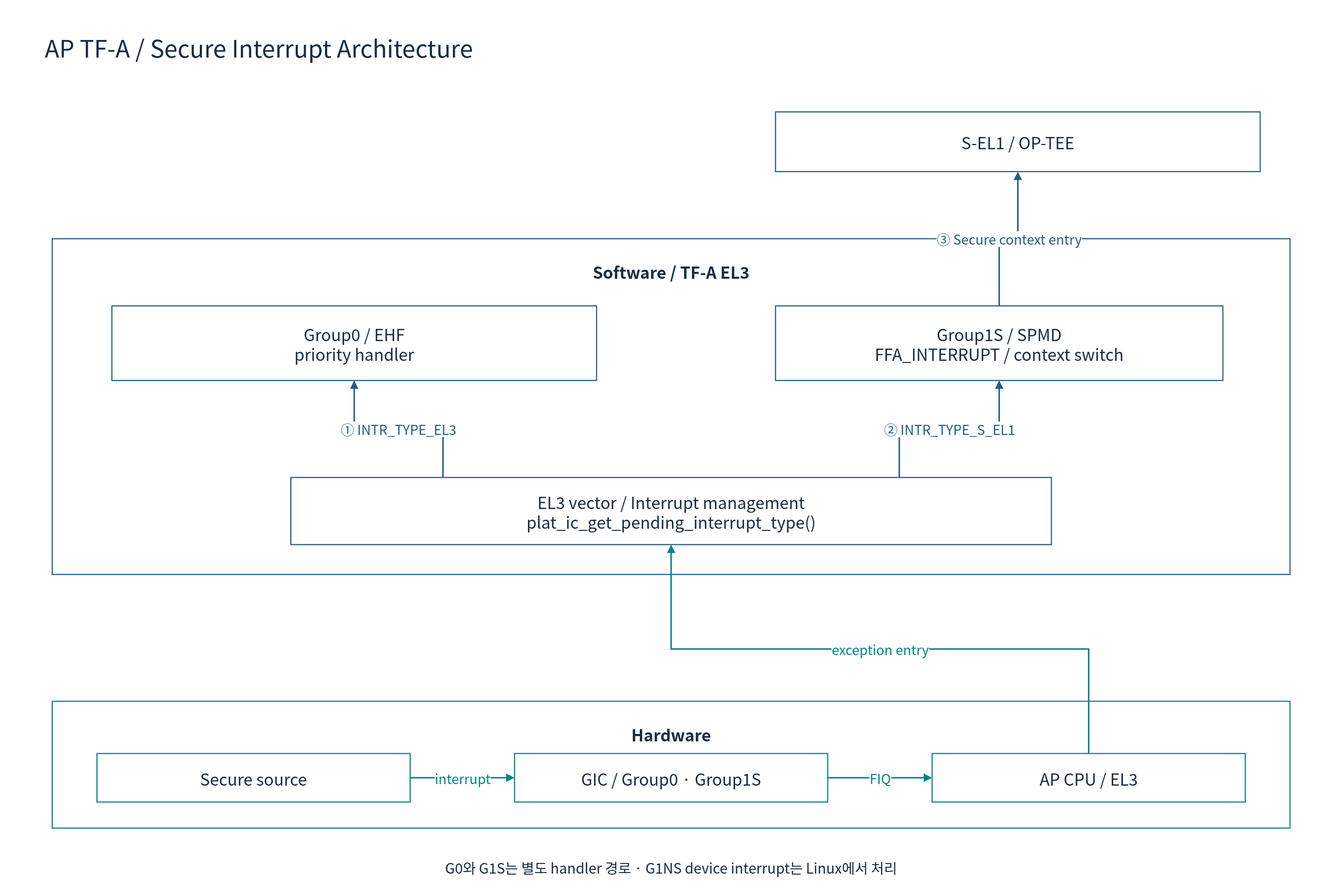
Before: doc/phase1/interrupt/diagrams/08b-tfa-software.drawio.svg, a diagram exported from draw.io (cometzero/project-apollo). Source tidied: cells renumbered, new cells last; positions are measured from the earlier drawing's top-left corner, leaving out a move shared by most shapes. The source it was exported from:
```xml
<mxGraphModel background="#FFFFFF">
  <root>
    <mxCell id="0" />
    <mxCell id="1" parent="0" />
    <mxCell id="2" style="rounded=0;whiteSpace=wrap;html=1;fillColor=#FFFFFF;strokeColor=none;strokeWidth=1.5;fontColor=#172C43;fontFamily=Noto Sans CJK KR;fontSize=22;spacing=10;" parent="1" vertex="1">
      <mxGeometry width="1800" height="1200" as="geometry" />
    </mxCell>
    <mxCell id="3" value="AP TF-A / Secure Interrupt Architecture" style="rounded=0;whiteSpace=wrap;html=1;fillColor=#FFFFFF;strokeColor=none;strokeWidth=1.5;fontColor=#172C43;fontFamily=Noto Sans CJK KR;fontSize=22;spacing=10;fontSize=32;align=left;" parent="1" vertex="1">
      <mxGeometry x="50" y="30" width="1700" height="65" as="geometry" />
    </mxCell>
    <mxCell id="4" value="S-EL1 / OP-TEE" style="rounded=0;whiteSpace=wrap;html=1;fillColor=#FFFFFF;strokeColor=#235D86;strokeWidth=1.5;fontColor=#172C43;fontFamily=Noto Sans CJK KR;fontSize=22;spacing=10;" parent="1" vertex="1">
      <mxGeometry x="1040" y="150" width="650" height="80" as="geometry" />
    </mxCell>
    <mxCell id="5" value="Software / TF-A EL3" style="rounded=0;whiteSpace=wrap;html=1;fillColor=#FFFFFF;strokeColor=#235D86;strokeWidth=1.5;fontColor=#172C43;fontFamily=Noto Sans CJK KR;fontSize=22;spacing=10;verticalAlign=top;fontStyle=1;spacingTop=16;" parent="1" vertex="1">
      <mxGeometry x="70" y="320" width="1660" height="450" as="geometry" />
    </mxCell>
    <mxCell id="6" value="Group0 / EHF&#10;priority handler" style="rounded=0;whiteSpace=wrap;html=1;fillColor=#FFFFFF;strokeColor=#235D86;strokeWidth=1.5;fontColor=#172C43;fontFamily=Noto Sans CJK KR;fontSize=22;spacing=10;" parent="1" vertex="1">
      <mxGeometry x="150" y="410" width="650" height="100" as="geometry" />
    </mxCell>
    <mxCell id="7" value="Group1S / SPMD&#10;FFA_INTERRUPT / context switch" style="rounded=0;whiteSpace=wrap;html=1;fillColor=#FFFFFF;strokeColor=#235D86;strokeWidth=1.5;fontColor=#172C43;fontFamily=Noto Sans CJK KR;fontSize=22;spacing=10;" parent="1" vertex="1">
      <mxGeometry x="1040" y="410" width="600" height="100" as="geometry" />
    </mxCell>
    <mxCell id="8" value="EL3 vector / Interrupt management&#10;plat_ic_get_pending_interrupt_type()" style="rounded=0;whiteSpace=wrap;html=1;fillColor=#FFFFFF;strokeColor=#235D86;strokeWidth=1.5;fontColor=#172C43;fontFamily=Noto Sans CJK KR;fontSize=22;spacing=10;" parent="1" vertex="1">
      <mxGeometry x="390" y="640" width="1020" height="90" as="geometry" />
    </mxCell>
    <mxCell id="9" value="① INTR_TYPE_EL3" style="edgeStyle=orthogonalEdgeStyle;rounded=0;html=1;endArrow=block;endFill=1;strokeWidth=2;strokeColor=#235D86;fontColor=#235D86;fontFamily=Noto Sans CJK KR;fontSize=18;labelBackgroundColor=#FFFFFF;exitX=0.2;exitY=0;entryX=0.5;entryY=1;" parent="1" edge="1" source="8" target="6">
      <mxGeometry relative="1" as="geometry" />
    </mxCell>
    <mxCell id="10" value="② INTR_TYPE_S_EL1" style="edgeStyle=orthogonalEdgeStyle;rounded=0;html=1;endArrow=block;endFill=1;strokeWidth=2;strokeColor=#235D86;fontColor=#235D86;fontFamily=Noto Sans CJK KR;fontSize=18;labelBackgroundColor=#FFFFFF;exitX=0.8;exitY=0;entryX=0.5;entryY=1;" parent="1" edge="1" source="8" target="7">
      <mxGeometry relative="1" as="geometry" />
    </mxCell>
    <mxCell id="11" value="③ Secure context entry" style="edgeStyle=orthogonalEdgeStyle;rounded=0;html=1;endArrow=block;endFill=1;strokeWidth=2;strokeColor=#235D86;fontColor=#235D86;fontFamily=Noto Sans CJK KR;fontSize=18;labelBackgroundColor=#FFFFFF;" parent="1" edge="1" source="7" target="4">
      <mxGeometry relative="1" as="geometry" />
    </mxCell>
    <mxCell id="12" value="Hardware" style="rounded=0;whiteSpace=wrap;html=1;fillColor=#FFFFFF;strokeColor=#00838A;strokeWidth=1.5;fontColor=#172C43;fontFamily=Noto Sans CJK KR;fontSize=22;spacing=10;verticalAlign=top;fontStyle=1;spacingTop=16;" parent="1" vertex="1">
      <mxGeometry x="70" y="940" width="1660" height="170" as="geometry" />
    </mxCell>
    <mxCell id="13" value="Secure source" style="rounded=0;whiteSpace=wrap;html=1;fillColor=#FFFFFF;strokeColor=#00838A;strokeWidth=1.5;fontColor=#172C43;fontFamily=Noto Sans CJK KR;fontSize=22;spacing=10;" parent="1" vertex="1">
      <mxGeometry x="130" y="1010" width="420" height="65" as="geometry" />
    </mxCell>
    <mxCell id="14" value="GIC / Group0 · Group1S" style="rounded=0;whiteSpace=wrap;html=1;fillColor=#FFFFFF;strokeColor=#00838A;strokeWidth=1.5;fontColor=#172C43;fontFamily=Noto Sans CJK KR;fontSize=22;spacing=10;" parent="1" vertex="1">
      <mxGeometry x="690" y="1010" width="420" height="65" as="geometry" />
    </mxCell>
    <mxCell id="15" value="AP CPU / EL3" style="rounded=0;whiteSpace=wrap;html=1;fillColor=#FFFFFF;strokeColor=#00838A;strokeWidth=1.5;fontColor=#172C43;fontFamily=Noto Sans CJK KR;fontSize=22;spacing=10;" parent="1" vertex="1">
      <mxGeometry x="1250" y="1010" width="420" height="65" as="geometry" />
    </mxCell>
    <mxCell id="16" value="interrupt" style="edgeStyle=orthogonalEdgeStyle;rounded=0;html=1;endArrow=block;endFill=1;strokeWidth=2;strokeColor=#00838A;fontColor=#00838A;fontFamily=Noto Sans CJK KR;fontSize=18;labelBackgroundColor=#FFFFFF;" parent="1" edge="1" source="13" target="14">
      <mxGeometry relative="1" as="geometry" />
    </mxCell>
    <mxCell id="17" value="FIQ" style="edgeStyle=orthogonalEdgeStyle;rounded=0;html=1;endArrow=block;endFill=1;strokeWidth=2;strokeColor=#00838A;fontColor=#00838A;fontFamily=Noto Sans CJK KR;fontSize=18;labelBackgroundColor=#FFFFFF;" parent="1" edge="1" source="14" target="15">
      <mxGeometry relative="1" as="geometry" />
    </mxCell>
    <mxCell id="18" value="exception entry" style="edgeStyle=orthogonalEdgeStyle;rounded=0;html=1;endArrow=block;endFill=1;strokeWidth=2;strokeColor=#00838A;fontColor=#00838A;fontFamily=Noto Sans CJK KR;fontSize=18;labelBackgroundColor=#FFFFFF;" parent="1" edge="1" source="15" target="8">
      <mxGeometry relative="1" as="geometry" />
    </mxCell>
    <mxCell id="19" value="G0와 G1S는 별도 handler 경로 · G1NS device interrupt는 Linux에서 처리" style="rounded=0;whiteSpace=wrap;html=1;fillColor=#FFFFFF;strokeColor=none;strokeWidth=1.5;fontColor=#172C43;fontFamily=Noto Sans CJK KR;fontSize=22;spacing=10;fontSize=19;" parent="1" vertex="1">
      <mxGeometry x="70" y="1140" width="1660" height="45" as="geometry" />
    </mxCell>
  </root>
</mxGraphModel>
```
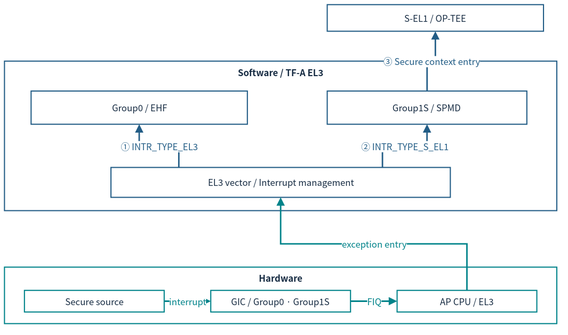
The same diagram one commit later.

What changed in the source:
```diff
@@ -2,59 +2,50 @@
   <root>
     <mxCell id="0" />
     <mxCell id="1" parent="0" />
-    <mxCell id="2" style="rounded=0;whiteSpace=wrap;html=1;fillColor=#FFFFFF;strokeColor=none;strokeWidth=1.5;fontColor=#172C43;fontFamily=Noto Sans CJK KR;fontSize=22;spacing=10;" parent="1" vertex="1">
-      <mxGeometry width="1800" height="1200" as="geometry" />
-    </mxCell>
-    <mxCell id="3" value="AP TF-A / Secure Interrupt Architecture" style="rounded=0;whiteSpace=wrap;html=1;fillColor=#FFFFFF;strokeColor=none;strokeWidth=1.5;fontColor=#172C43;fontFamily=Noto Sans CJK KR;fontSize=22;spacing=10;fontSize=32;align=left;" parent="1" vertex="1">
-      <mxGeometry x="50" y="30" width="1700" height="65" as="geometry" />
-    </mxCell>
-    <mxCell id="4" value="S-EL1 / OP-TEE" style="rounded=0;whiteSpace=wrap;html=1;fillColor=#FFFFFF;strokeColor=#235D86;strokeWidth=1.5;fontColor=#172C43;fontFamily=Noto Sans CJK KR;fontSize=22;spacing=10;" parent="1" vertex="1">
-      <mxGeometry x="1040" y="150" width="650" height="80" as="geometry" />
+    <mxCell id="4" value="S-EL1 / OP-TEE" style="rounded=0;whiteSpace=wrap;html=1;fillColor=#FFFFFF;strokeColor=#235D86;strokeWidth=1.5;fontColor=#172C43;fontFamily=Noto Sans CJK KR;fontSize=12;spacing=3;whiteSpace=wrap;" parent="1" vertex="1">
+      <mxGeometry x="444.4" y="12" width="289.8" height="35.7" as="geometry" />
     </mxCell>
-    <mxCell id="5" value="Software / TF-A EL3" style="rounded=0;whiteSpace=wrap;html=1;fillColor=#FFFFFF;strokeColor=#235D86;strokeWidth=1.5;fontColor=#172C43;fontFamily=Noto Sans CJK KR;fontSize=22;spacing=10;verticalAlign=top;fontStyle=1;spacingTop=16;" parent="1" vertex="1">
-      <mxGeometry x="70" y="320" width="1660" height="450" as="geometry" />
+    <mxCell id="5" value="Software / TF-A EL3" style="rounded=0;whiteSpace=wrap;html=1;fillColor=#FFFFFF;strokeColor=#235D86;strokeWidth=1.5;fontColor=#172C43;fontFamily=Noto Sans CJK KR;verticalAlign=top;fontStyle=1;fontSize=12;spacing=3;whiteSpace=wrap;" parent="1" vertex="1">
+      <mxGeometry x="12" y="87.8" width="740" height="200.6" as="geometry" />
     </mxCell>
-    <mxCell id="6" value="Group0 / EHF&#10;priority handler" style="rounded=0;whiteSpace=wrap;html=1;fillColor=#FFFFFF;strokeColor=#235D86;strokeWidth=1.5;fontColor=#172C43;fontFamily=Noto Sans CJK KR;fontSize=22;spacing=10;" parent="1" vertex="1">
-      <mxGeometry x="150" y="410" width="650" height="100" as="geometry" />
+    <mxCell id="6" value="Group0 / EHF" style="rounded=0;whiteSpace=wrap;html=1;fillColor=#FFFFFF;strokeColor=#235D86;strokeWidth=1.5;fontColor=#172C43;fontFamily=Noto Sans CJK KR;fontSize=12;spacing=3;whiteSpace=wrap;" parent="1" vertex="1">
+      <mxGeometry x="47.7" y="127.9" width="289.8" height="44.6" as="geometry" />
     </mxCell>
-    <mxCell id="7" value="Group1S / SPMD&#10;FFA_INTERRUPT / context switch" style="rounded=0;whiteSpace=wrap;html=1;fillColor=#FFFFFF;strokeColor=#235D86;strokeWidth=1.5;fontColor=#172C43;fontFamily=Noto Sans CJK KR;fontSize=22;spacing=10;" parent="1" vertex="1">
-      <mxGeometry x="1040" y="410" width="600" height="100" as="geometry" />
+    <mxCell id="7" value="Group1S / SPMD" style="rounded=0;whiteSpace=wrap;html=1;fillColor=#FFFFFF;strokeColor=#235D86;strokeWidth=1.5;fontColor=#172C43;fontFamily=Noto Sans CJK KR;fontSize=12;spacing=3;whiteSpace=wrap;" parent="1" vertex="1">
+      <mxGeometry x="444.4" y="127.9" width="267.5" height="44.6" as="geometry" />
     </mxCell>
-    <mxCell id="8" value="EL3 vector / Interrupt management&#10;plat_ic_get_pending_interrupt_type()" style="rounded=0;whiteSpace=wrap;html=1;fillColor=#FFFFFF;strokeColor=#235D86;strokeWidth=1.5;fontColor=#172C43;fontFamily=Noto Sans CJK KR;fontSize=22;spacing=10;" parent="1" vertex="1">
-      <mxGeometry x="390" y="640" width="1020" height="90" as="geometry" />
+    <mxCell id="8" value="EL3 vector / Interrupt management" style="rounded=0;whiteSpace=wrap;html=1;fillColor=#FFFFFF;strokeColor=#235D86;strokeWidth=1.5;fontColor=#172C43;fontFamily=Noto Sans CJK KR;fontSize=12;spacing=3;whiteSpace=wrap;" parent="1" vertex="1">
+      <mxGeometry x="154.7" y="230.4" width="454.7" height="40.1" as="geometry" />
     </mxCell>
-    <mxCell id="9" value="① INTR_TYPE_EL3" style="edgeStyle=orthogonalEdgeStyle;rounded=0;html=1;endArrow=block;endFill=1;strokeWidth=2;strokeColor=#235D86;fontColor=#235D86;fontFamily=Noto Sans CJK KR;fontSize=18;labelBackgroundColor=#FFFFFF;exitX=0.2;exitY=0;entryX=0.5;entryY=1;" parent="1" edge="1" source="8" target="6">
+    <mxCell id="9" value="① INTR_TYPE_EL3" style="edgeStyle=orthogonalEdgeStyle;rounded=0;html=1;endArrow=block;endFill=1;strokeWidth=2;strokeColor=#235D86;fontColor=#235D86;fontFamily=Noto Sans CJK KR;labelBackgroundColor=#FFFFFF;exitX=0.2;exitY=0;entryX=0.5;entryY=1;fontSize=12;spacing=3;whiteSpace=nowrap;" parent="1" edge="1" source="8" target="6">
       <mxGeometry relative="1" as="geometry" />
     </mxCell>
-    <mxCell id="10" value="② INTR_TYPE_S_EL1" style="edgeStyle=orthogonalEdgeStyle;rounded=0;html=1;endArrow=block;endFill=1;strokeWidth=2;strokeColor=#235D86;fontColor=#235D86;fontFamily=Noto Sans CJK KR;fontSize=18;labelBackgroundColor=#FFFFFF;exitX=0.8;exitY=0;entryX=0.5;entryY=1;" parent="1" edge="1" source="8" target="7">
+    <mxCell id="10" value="② INTR_TYPE_S_EL1" style="edgeStyle=orthogonalEdgeStyle;rounded=0;html=1;endArrow=block;endFill=1;strokeWidth=2;strokeColor=#235D86;fontColor=#235D86;fontFamily=Noto Sans CJK KR;labelBackgroundColor=#FFFFFF;exitX=0.8;exitY=0;entryX=0.5;entryY=1;fontSize=12;spacing=3;whiteSpace=nowrap;" parent="1" edge="1" source="8" target="7">
       <mxGeometry relative="1" as="geometry" />
     </mxCell>
-    <mxCell id="11" value="③ Secure context entry" style="edgeStyle=orthogonalEdgeStyle;rounded=0;html=1;endArrow=block;endFill=1;strokeWidth=2;strokeColor=#235D86;fontColor=#235D86;fontFamily=Noto Sans CJK KR;fontSize=18;labelBackgroundColor=#FFFFFF;" parent="1" edge="1" source="7" target="4">
+    <mxCell id="11" value="③ Secure context entry" style="edgeStyle=orthogonalEdgeStyle;rounded=0;html=1;endArrow=block;endFill=1;strokeWidth=2;strokeColor=#235D86;fontColor=#235D86;fontFamily=Noto Sans CJK KR;labelBackgroundColor=#FFFFFF;fontSize=12;spacing=3;whiteSpace=nowrap;" parent="1" edge="1" source="7" target="4">
       <mxGeometry relative="1" as="geometry" />
     </mxCell>
-    <mxCell id="12" value="Hardware" style="rounded=0;whiteSpace=wrap;html=1;fillColor=#FFFFFF;strokeColor=#00838A;strokeWidth=1.5;fontColor=#172C43;fontFamily=Noto Sans CJK KR;fontSize=22;spacing=10;verticalAlign=top;fontStyle=1;spacingTop=16;" parent="1" vertex="1">
-      <mxGeometry x="70" y="940" width="1660" height="170" as="geometry" />
+    <mxCell id="12" value="Hardware" style="rounded=0;whiteSpace=wrap;html=1;fillColor=#FFFFFF;strokeColor=#00838A;strokeWidth=1.5;fontColor=#172C43;fontFamily=Noto Sans CJK KR;verticalAlign=top;fontStyle=1;fontSize=12;spacing=3;whiteSpace=wrap;" parent="1" vertex="1">
+      <mxGeometry x="12" y="364.2" width="740" height="75.8" as="geometry" />
     </mxCell>
-    <mxCell id="13" value="Secure source" style="rounded=0;whiteSpace=wrap;html=1;fillColor=#FFFFFF;strokeColor=#00838A;strokeWidth=1.5;fontColor=#172C43;fontFamily=Noto Sans CJK KR;fontSize=22;spacing=10;" parent="1" vertex="1">
-      <mxGeometry x="130" y="1010" width="420" height="65" as="geometry" />
+    <mxCell id="13" value="Secure source" style="rounded=0;whiteSpace=wrap;html=1;fillColor=#FFFFFF;strokeColor=#00838A;strokeWidth=1.5;fontColor=#172C43;fontFamily=Noto Sans CJK KR;fontSize=12;spacing=3;whiteSpace=wrap;" parent="1" vertex="1">
+      <mxGeometry x="38.8" y="395.4" width="187.2" height="29" as="geometry" />
     </mxCell>
-    <mxCell id="14" value="GIC / Group0 · Group1S" style="rounded=0;whiteSpace=wrap;html=1;fillColor=#FFFFFF;strokeColor=#00838A;strokeWidth=1.5;fontColor=#172C43;fontFamily=Noto Sans CJK KR;fontSize=22;spacing=10;" parent="1" vertex="1">
-      <mxGeometry x="690" y="1010" width="420" height="65" as="geometry" />
+    <mxCell id="14" value="GIC / Group0 · Group1S" style="rounded=0;whiteSpace=wrap;html=1;fillColor=#FFFFFF;strokeColor=#00838A;strokeWidth=1.5;fontColor=#172C43;fontFamily=Noto Sans CJK KR;fontSize=12;spacing=3;whiteSpace=wrap;" parent="1" vertex="1">
+      <mxGeometry x="288.4" y="395.4" width="187.2" height="29" as="geometry" />
     </mxCell>
-    <mxCell id="15" value="AP CPU / EL3" style="rounded=0;whiteSpace=wrap;html=1;fillColor=#FFFFFF;strokeColor=#00838A;strokeWidth=1.5;fontColor=#172C43;fontFamily=Noto Sans CJK KR;fontSize=22;spacing=10;" parent="1" vertex="1">
-      <mxGeometry x="1250" y="1010" width="420" height="65" as="geometry" />
+    <mxCell id="15" value="AP CPU / EL3" style="rounded=0;whiteSpace=wrap;html=1;fillColor=#FFFFFF;strokeColor=#00838A;strokeWidth=1.5;fontColor=#172C43;fontFamily=Noto Sans CJK KR;fontSize=12;spacing=3;whiteSpace=wrap;" parent="1" vertex="1">
+      <mxGeometry x="538" y="395.4" width="187.2" height="29" as="geometry" />
     </mxCell>
-    <mxCell id="16" value="interrupt" style="edgeStyle=orthogonalEdgeStyle;rounded=0;html=1;endArrow=block;endFill=1;strokeWidth=2;strokeColor=#00838A;fontColor=#00838A;fontFamily=Noto Sans CJK KR;fontSize=18;labelBackgroundColor=#FFFFFF;" parent="1" edge="1" source="13" target="14">
+    <mxCell id="16" value="interrupt" style="edgeStyle=orthogonalEdgeStyle;rounded=0;html=1;endArrow=block;endFill=1;strokeWidth=2;strokeColor=#00838A;fontColor=#00838A;fontFamily=Noto Sans CJK KR;labelBackgroundColor=#FFFFFF;fontSize=12;spacing=3;whiteSpace=nowrap;" parent="1" edge="1" source="13" target="14">
       <mxGeometry relative="1" as="geometry" />
     </mxCell>
-    <mxCell id="17" value="FIQ" style="edgeStyle=orthogonalEdgeStyle;rounded=0;html=1;endArrow=block;endFill=1;strokeWidth=2;strokeColor=#00838A;fontColor=#00838A;fontFamily=Noto Sans CJK KR;fontSize=18;labelBackgroundColor=#FFFFFF;" parent="1" edge="1" source="14" target="15">
+    <mxCell id="17" value="FIQ" style="edgeStyle=orthogonalEdgeStyle;rounded=0;html=1;endArrow=block;endFill=1;strokeWidth=2;strokeColor=#00838A;fontColor=#00838A;fontFamily=Noto Sans CJK KR;labelBackgroundColor=#FFFFFF;fontSize=12;spacing=3;whiteSpace=nowrap;" parent="1" edge="1" source="14" target="15">
       <mxGeometry relative="1" as="geometry" />
     </mxCell>
-    <mxCell id="18" value="exception entry" style="edgeStyle=orthogonalEdgeStyle;rounded=0;html=1;endArrow=block;endFill=1;strokeWidth=2;strokeColor=#00838A;fontColor=#00838A;fontFamily=Noto Sans CJK KR;fontSize=18;labelBackgroundColor=#FFFFFF;" parent="1" edge="1" source="15" target="8">
+    <mxCell id="18" value="exception entry" style="edgeStyle=orthogonalEdgeStyle;rounded=0;html=1;endArrow=block;endFill=1;strokeWidth=2;strokeColor=#00838A;fontColor=#00838A;fontFamily=Noto Sans CJK KR;labelBackgroundColor=#FFFFFF;fontSize=12;spacing=3;whiteSpace=nowrap;" parent="1" edge="1" source="15" target="8">
       <mxGeometry relative="1" as="geometry" />
     </mxCell>
-    <mxCell id="19" value="G0와 G1S는 별도 handler 경로 · G1NS device interrupt는 Linux에서 처리" style="rounded=0;whiteSpace=wrap;html=1;fillColor=#FFFFFF;strokeColor=none;strokeWidth=1.5;fontColor=#172C43;fontFamily=Noto Sans CJK KR;fontSize=22;spacing=10;fontSize=19;" parent="1" vertex="1">
-      <mxGeometry x="70" y="1140" width="1660" height="45" as="geometry" />
-    </mxCell>
   </root>
 </mxGraphModel>
```
